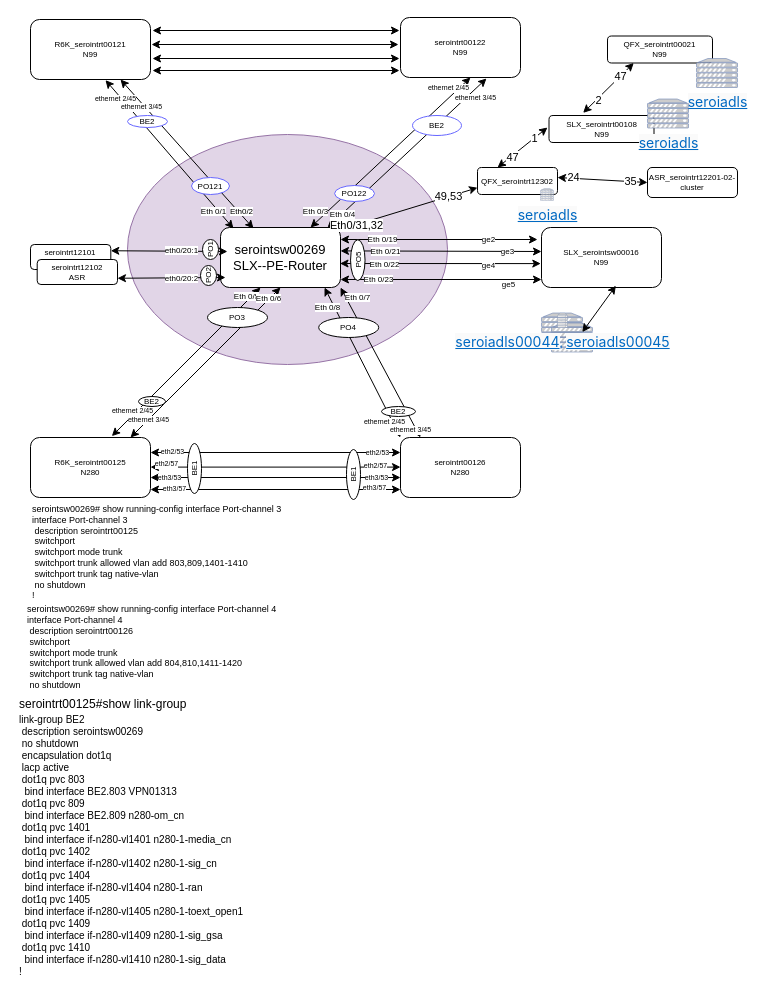
nabi69/python-random-quote keeps this draw.io diagram as N99_N280EXMPLE.drawio. Above is the earlier version. Source tidied: cells renumbered, new cells numbered last; positions are measured from the earlier drawing's top-left corner, leaving out a move shared by most shapes. Both pictures are drawn from the tidied source at 100%, with x=0, y=0 at pixel (17, 17).
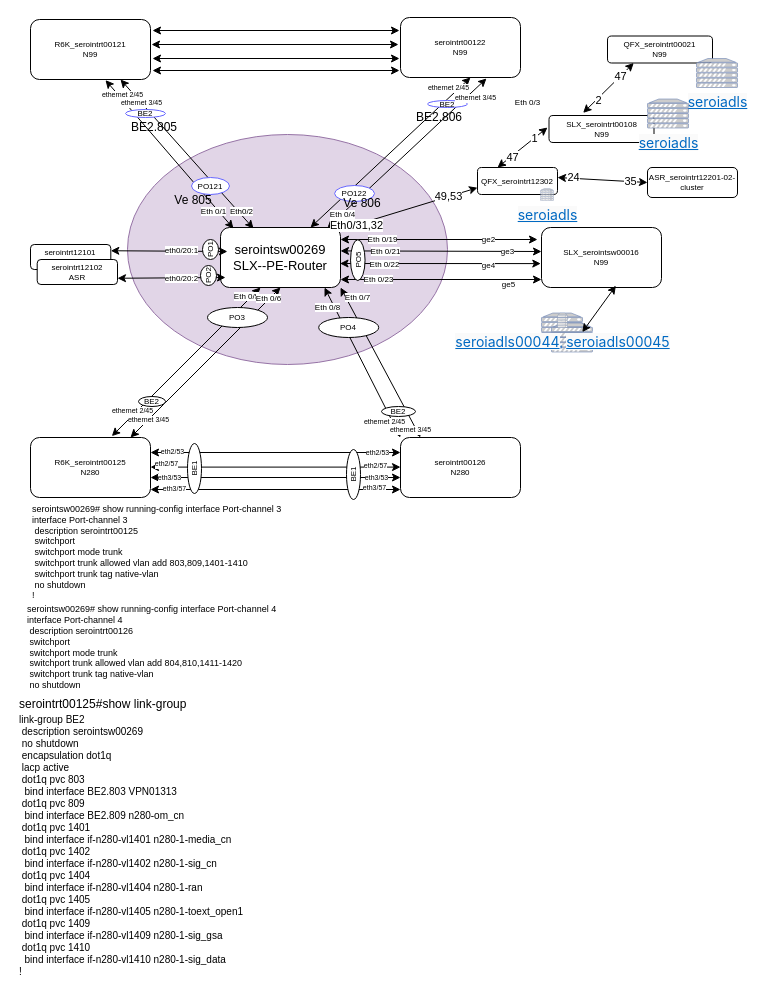
The same page after the edit.

The change refers to these unchanged cells:
```xml
<mxCell id="10" style="endArrow=classic;startArrow=classic;html=1;rounded=0;exitX=0.75;exitY=0;exitDx=0;exitDy=0;fontSize=8;" parent="1" edge="1" source="3">
  <mxGeometry relative="1" as="geometry">
    <mxPoint x="453" y="60" as="targetPoint" />
  </mxGeometry>
</mxCell>
```

The edit, as a diff of the source:
```diff
@@
     <mxCell id="11" value="Eth&amp;nbsp;0/3" style="edgeLabel;html=1;align=center;verticalAlign=middle;fontSize=8;" parent="10" vertex="1">
       <mxGeometry x="-0.29" y="-1" relative="1" as="geometry">
-        <mxPoint x="-53" y="36" as="offset" />
+        <mxPoint x="159" y="-73" as="offset" />
       </mxGeometry>
     </mxCell>
@@
     <mxCell id="74" value="BE2" style="ellipse;whiteSpace=wrap;html=1;fontSize=8;strokeColor=#6666FF;" parent="1" vertex="1">
-      <mxGeometry x="110" y="98" width="40" height="12" as="geometry" />
+      <mxGeometry x="108" y="92" width="40" height="8" as="geometry" />
     </mxCell>
     <mxCell id="75" value="BE2" style="ellipse;whiteSpace=wrap;html=1;fontSize=8;strokeColor=#6666FF;" parent="1" vertex="1">
-      <mxGeometry x="395" y="98" width="49" height="20" as="geometry" />
+      <mxGeometry x="410" y="83" width="40" height="7" as="geometry" />
     </mxCell>
     <mxCell id="76" value="ethernet 2/45" style="edgeLabel;html=1;align=center;verticalAlign=middle;fontSize=7;" parent="1" vertex="1">
-      <mxGeometry x="97.9" y="81.5" as="geometry" />
+      <mxGeometry x="97.9" y="81.5" as="geometry">
+        <mxPoint x="7" y="-4" as="offset" />
+      </mxGeometry>
     </mxCell>
     <mxCell id="77" value="ethernet 3/45" style="edgeLabel;html=1;align=center;verticalAlign=middle;fontSize=7;" parent="1" vertex="1">
-      <mxGeometry x="123.7" y="89.3" as="geometry" />
+      <mxGeometry x="123.7" y="85.3" as="geometry" />
     </mxCell>
@@
+    <mxCell id="107" value="Ve 805" style="text;html=1;strokeColor=none;fillColor=none;align=center;verticalAlign=middle;whiteSpace=wrap;rounded=0;" parent="1" vertex="1">
+      <mxGeometry x="156" y="174" width="40" height="18.5" as="geometry" />
+    </mxCell>
+    <mxCell id="108" value="Ve 806" style="text;html=1;strokeColor=none;fillColor=none;align=center;verticalAlign=middle;whiteSpace=wrap;rounded=0;" parent="1" vertex="1">
+      <mxGeometry x="325" y="177" width="40" height="18.5" as="geometry" />
+    </mxCell>
+    <mxCell id="109" value="BE2.805" style="text;html=1;strokeColor=none;fillColor=none;align=center;verticalAlign=middle;whiteSpace=wrap;rounded=0;" parent="1" vertex="1">
+      <mxGeometry x="116.7" y="101.2" width="40" height="18.5" as="geometry" />
+    </mxCell>
+    <mxCell id="110" value="BE2.806" style="text;html=1;strokeColor=none;fillColor=none;align=center;verticalAlign=middle;whiteSpace=wrap;rounded=0;" parent="1" vertex="1">
+      <mxGeometry x="402" y="90.3" width="40" height="18.5" as="geometry" />
+    </mxCell>
```
